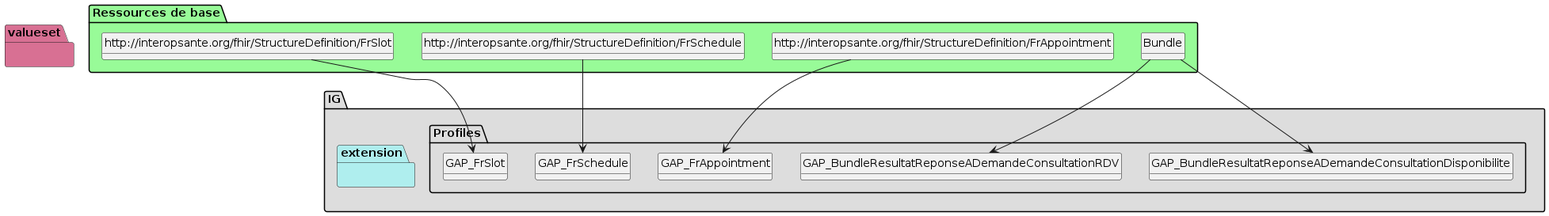
Before: nr-release-ballot-2/plantuml/graph.png, a diagram exported from PlantUML (ansforge/IG-fhir-gestion-agendas-partages). Source of this version:
```plantuml
@startuml
set namespaceSeparator ?
hide circle
hide class fields

package IG #DDDDDD{

     package Profiles #DDDDDD{

        class GAP_BundleResultatReponseADemandeConsultationDisponibilite{

             Bundle.type => [None..None]
             Bundle.entry => [None..None]
             Bundle.entry:Slot => [0..*]
             Bundle.entry:Slot.resource => [1..None]
             Bundle.entry:Slot.search.mode => [None..None]
             Bundle.entry:Slot.request => [None..0]
             Bundle.entry:Slot.response => [None..0]
             Bundle.entry:Schedule => [0..*]
             Bundle.entry:Schedule.resource => [1..None]
             Bundle.entry:Schedule.search.mode => [None..None]
             Bundle.entry:Schedule.request => [None..0]
             Bundle.entry:Schedule.response => [None..0]
             Bundle.entry:Patient => [0..*]
             Bundle.entry:Patient.resource => [1..None]
             Bundle.entry:Patient.search.mode => [None..None]
             Bundle.entry:Patient.request => [None..0]
             Bundle.entry:Patient.response => [None..0]
             Bundle.entry:Practitioner => [0..*]
             Bundle.entry:Practitioner.resource => [1..None]
             Bundle.entry:Practitioner.search.mode => [None..None]
             Bundle.entry:Practitioner.request => [None..0]
             Bundle.entry:Practitioner.response => [None..0]
             Bundle.entry:PractitionerRole => [0..*]
             Bundle.entry:PractitionerRole.resource => [1..None]
             Bundle.entry:PractitionerRole.search.mode => [None..None]
             Bundle.entry:PractitionerRole.request => [None..0]
             Bundle.entry:PractitionerRole.response => [None..0]
             Bundle.entry:Device => [0..*]
             Bundle.entry:Device.resource => [1..None]
             Bundle.entry:Device.search.mode => [None..None]
             Bundle.entry:Device.request => [None..0]
             Bundle.entry:Device.response => [None..0]
             Bundle.entry:Location => [0..*]
             Bundle.entry:Location.resource => [1..None]
             Bundle.entry:Location.search.mode => [None..None]
             Bundle.entry:Location.request => [None..0]
             Bundle.entry:Location.response => [None..0]
             Bundle.entry:HealthcareService => [0..*]
             Bundle.entry:HealthcareService.resource => [1..None]
             Bundle.entry:HealthcareService.search.mode => [None..None]
             Bundle.entry:HealthcareService.request => [None..0]
             Bundle.entry:HealthcareService.response => [None..0]
             Bundle.entry:Organization => [0..*]
             Bundle.entry:Organization.resource => [1..None]
             Bundle.entry:Organization.search.mode => [None..None]
             Bundle.entry:Organization.request => [None..0]
             Bundle.entry:Organization.response => [None..0]
             Bundle.entry:RelatedPerson => [0..*]
             Bundle.entry:RelatedPerson.resource => [1..None]
             Bundle.entry:RelatedPerson.search.mode => [None..None]
             Bundle.entry:RelatedPerson.request => [None..0]
             Bundle.entry:RelatedPerson.response => [None..0]
        }

        class GAP_BundleResultatReponseADemandeConsultationRDV{

             Bundle.type => [None..None]
             Bundle.entry => [None..None]
             Bundle.entry:Appointment => [0..*]
             Bundle.entry:Appointment.resource => [1..None]
             Bundle.entry:Appointment.search.mode => [None..None]
             Bundle.entry:Appointment.request => [None..0]
             Bundle.entry:Appointment.response => [None..0]
             Bundle.entry:Slot => [0..*]
             Bundle.entry:Slot.resource => [1..None]
             Bundle.entry:Slot.search.mode => [None..None]
             Bundle.entry:Slot.request => [None..0]
             Bundle.entry:Slot.response => [None..0]
             Bundle.entry:Schedule => [0..*]
             Bundle.entry:Schedule.resource => [1..None]
             Bundle.entry:Schedule.search.mode => [None..None]
             Bundle.entry:Schedule.request => [None..0]
             Bundle.entry:Schedule.response => [None..0]
             Bundle.entry:Patient => [0..*]
             Bundle.entry:Patient.resource => [1..None]
             Bundle.entry:Patient.search.mode => [None..None]
             Bundle.entry:Patient.request => [None..0]
             Bundle.entry:Patient.response => [None..0]
             Bundle.entry:Practitioner => [0..*]
             Bundle.entry:Practitioner.resource => [1..None]
             Bundle.entry:Practitioner.search.mode => [None..None]
             Bundle.entry:Practitioner.request => [None..0]
             Bundle.entry:Practitioner.response => [None..0]
             Bundle.entry:PractitionerRole => [0..*]
             Bundle.entry:PractitionerRole.resource => [1..None]
             Bundle.entry:PractitionerRole.search.mode => [None..None]
             Bundle.entry:PractitionerRole.request => [None..0]
             Bundle.entry:PractitionerRole.response => [None..0]
             Bundle.entry:Device => [0..*]
             Bundle.entry:Device.resource => [1..None]
             Bundle.entry:Device.search.mode => [None..None]
             Bundle.entry:Device.request => [None..0]
             Bundle.entry:Device.response => [None..0]
             Bundle.entry:Location => [0..*]
             Bundle.entry:Location.resource => [1..None]
             Bundle.entry:Location.search.mode => [None..None]
             Bundle.entry:Location.request => [None..0]
             Bundle.entry:Location.response => [None..0]
             Bundle.entry:HealthcareService => [0..*]
             Bundle.entry:HealthcareService.resource => [1..None]
             Bundle.entry:HealthcareService.search.mode => [None..None]
             Bundle.entry:HealthcareService.request => [None..0]
             Bundle.entry:HealthcareService.response => [None..0]
             Bundle.entry:Organization => [0..*]
             Bundle.entry:Organization.resource => [1..None]
             Bundle.entry:Organization.search.mode => [None..None]
             Bundle.entry:Organization.request => [None..0]
             Bundle.entry:Organization.response => [None..0]
             Bundle.entry:RelatedPerson => [0..*]
             Bundle.entry:RelatedPerson.resource => [1..None]
             Bundle.entry:RelatedPerson.search.mode => [None..None]
             Bundle.entry:RelatedPerson.request => [None..0]
             Bundle.entry:RelatedPerson.response => [None..0]
        }

        class GAP_FrAppointment{

             Appointment => [None..None]
        }

        class GAP_FrSchedule{

             Schedule => [None..None]
        }

        class GAP_FrSlot{

             Slot => [None..None]
         }

     }
     package extension #paleturquoise {


         }
     }
     package valueset #PaleVioletRed{
       }

package "Ressources de base" #palegreen {

 class "Bundle" as  class94c51f19c37f96ed231f5a0ae512b2a8

    class94c51f19c37f96ed231f5a0ae512b2a8 --> GAP_BundleResultatReponseADemandeConsultationDisponibilite

 class "Bundle" as  class94c51f19c37f96ed231f5a0ae512b2a8

    class94c51f19c37f96ed231f5a0ae512b2a8 --> GAP_BundleResultatReponseADemandeConsultationRDV

 class "http://interopsante.org/fhir/StructureDefinition/FrAppointment" as  class659762428c9192e4f39a709a90b89755

    class659762428c9192e4f39a709a90b89755 --> GAP_FrAppointment

 class "http://interopsante.org/fhir/StructureDefinition/FrSchedule" as  classb622660bfabd924a2e1a86fb95e2ca04

    classb622660bfabd924a2e1a86fb95e2ca04 --> GAP_FrSchedule

 class "http://interopsante.org/fhir/StructureDefinition/FrSlot" as  class86363a39b418154a968adc9b5da3fe9c

    class86363a39b418154a968adc9b5da3fe9c --> GAP_FrSlot
}
@enduml
```
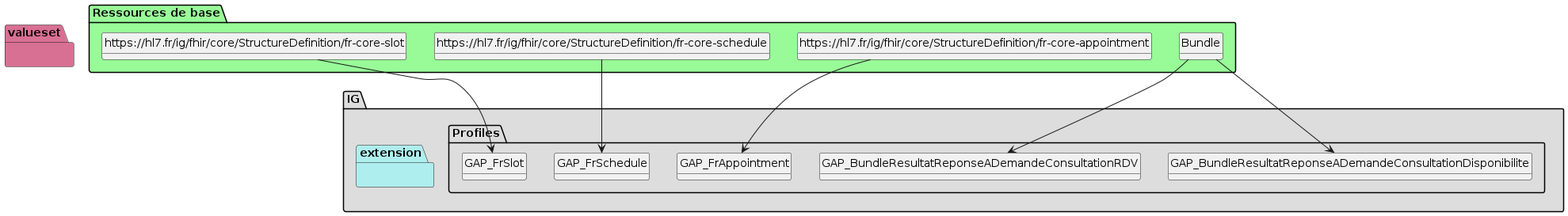
The same diagram one commit later.

Diff of the diagram source:
```diff
@@ -158,16 +158,16 @@
 
     class94c51f19c37f96ed231f5a0ae512b2a8 --> GAP_BundleResultatReponseADemandeConsultationRDV
 
- class "http://interopsante.org/fhir/StructureDefinition/FrAppointment" as  class659762428c9192e4f39a709a90b89755
+ class "https://hl7.fr/ig/fhir/core/StructureDefinition/fr-core-appointment" as  class5b3e4ec90388039f3b23e1c44137e12e
 
-    class659762428c9192e4f39a709a90b89755 --> GAP_FrAppointment
+    class5b3e4ec90388039f3b23e1c44137e12e --> GAP_FrAppointment
 
- class "http://interopsante.org/fhir/StructureDefinition/FrSchedule" as  classb622660bfabd924a2e1a86fb95e2ca04
+ class "https://hl7.fr/ig/fhir/core/StructureDefinition/fr-core-schedule" as  class7c912eb91080e8d9a809e267903ad8a9
 
-    classb622660bfabd924a2e1a86fb95e2ca04 --> GAP_FrSchedule
+    class7c912eb91080e8d9a809e267903ad8a9 --> GAP_FrSchedule
 
- class "http://interopsante.org/fhir/StructureDefinition/FrSlot" as  class86363a39b418154a968adc9b5da3fe9c
+ class "https://hl7.fr/ig/fhir/core/StructureDefinition/fr-core-slot" as  classf72d01e910d5b05afa3e849c0230ac33
 
-    class86363a39b418154a968adc9b5da3fe9c --> GAP_FrSlot
+    classf72d01e910d5b05afa3e849c0230ac33 --> GAP_FrSlot
 }
 @enduml
```
